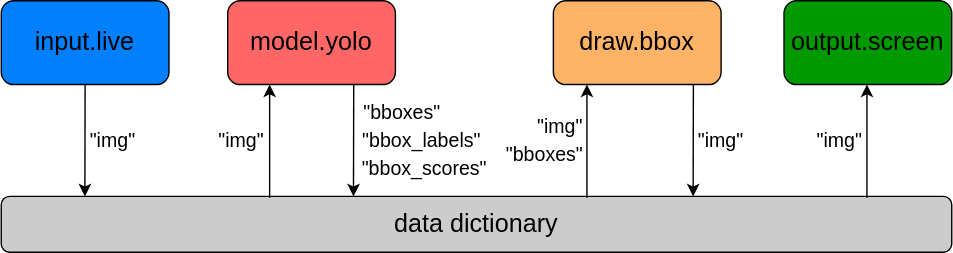
Above: diagrams/yolo_demo.drawio.svg in aisingapore/PeekingDuck (draw.io), before the change. Source tidied: cells renumbered, new cells last; positions are measured from the earlier drawing's top-left corner, leaving out a move shared by most shapes.
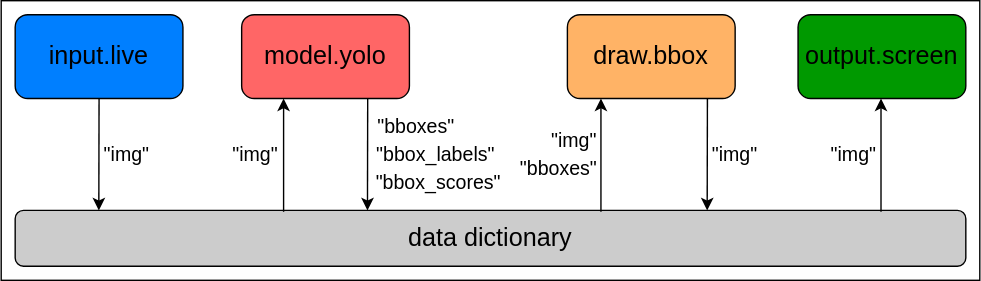
After the change.

The edit, as a diff of the source:
```diff
@@ -2,6 +2,9 @@
   <root>
     <mxCell id="0" />
     <mxCell id="1" parent="0" />
+    <mxCell id="22" style="whiteSpace=wrap;html=1;" parent="1" vertex="1">
+      <mxGeometry x="-10" y="-10" width="700" height="200" as="geometry" />
+    </mxCell>
     <mxCell id="2" value="&lt;font style=&quot;font-size: 18px&quot;&gt;input.live&lt;/font&gt;" style="rounded=1;whiteSpace=wrap;html=1;fillColor=#007fff;" parent="1" vertex="1">
       <mxGeometry width="120" height="60" as="geometry" />
     </mxCell>
```
